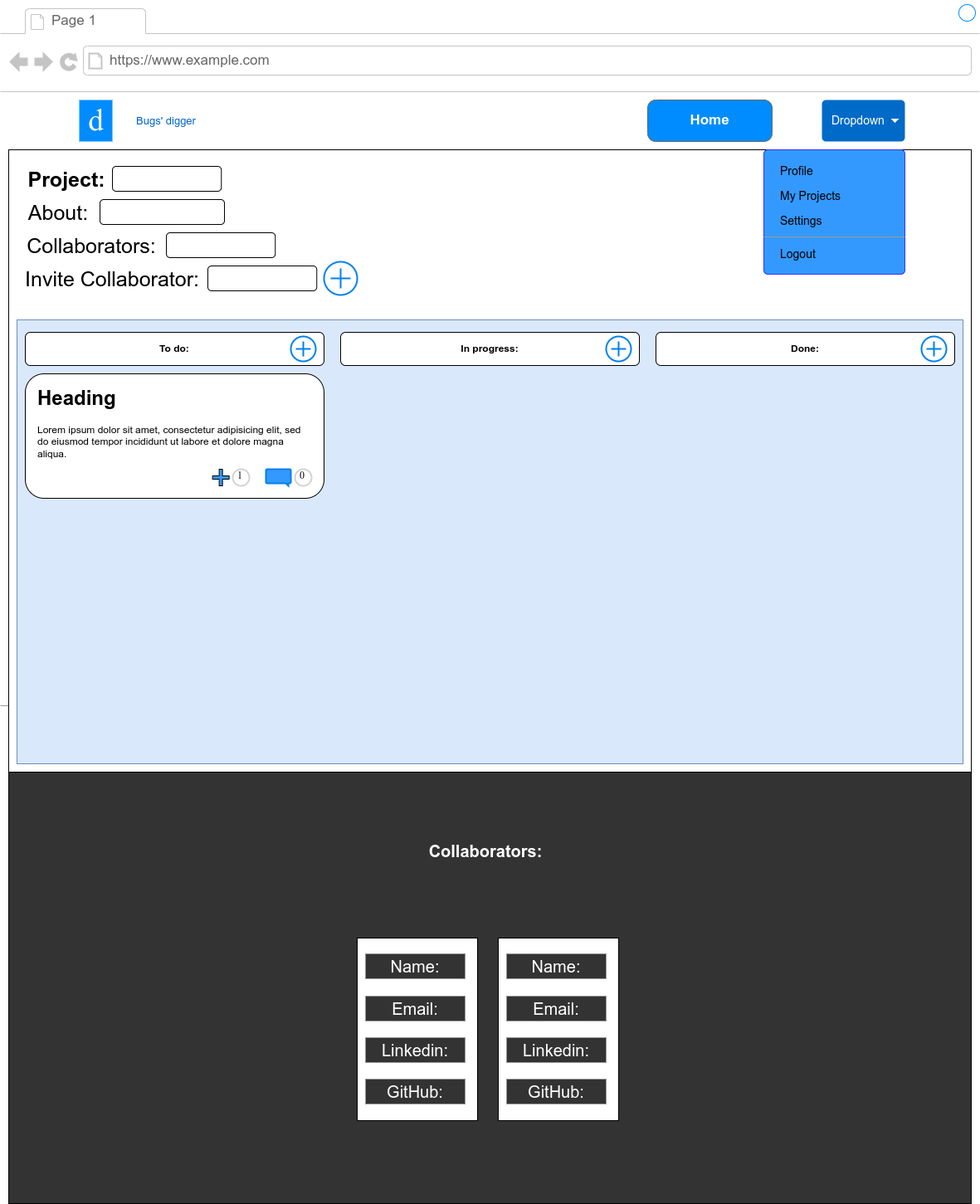
Above: documentation/wireframes/project_page.png in IuliiaKonovalova/issue_tracker (draw.io), before the change. Source tidied: cells renumbered, new cells last; positions are measured from the earlier drawing's top-left corner, leaving out a move shared by most shapes.
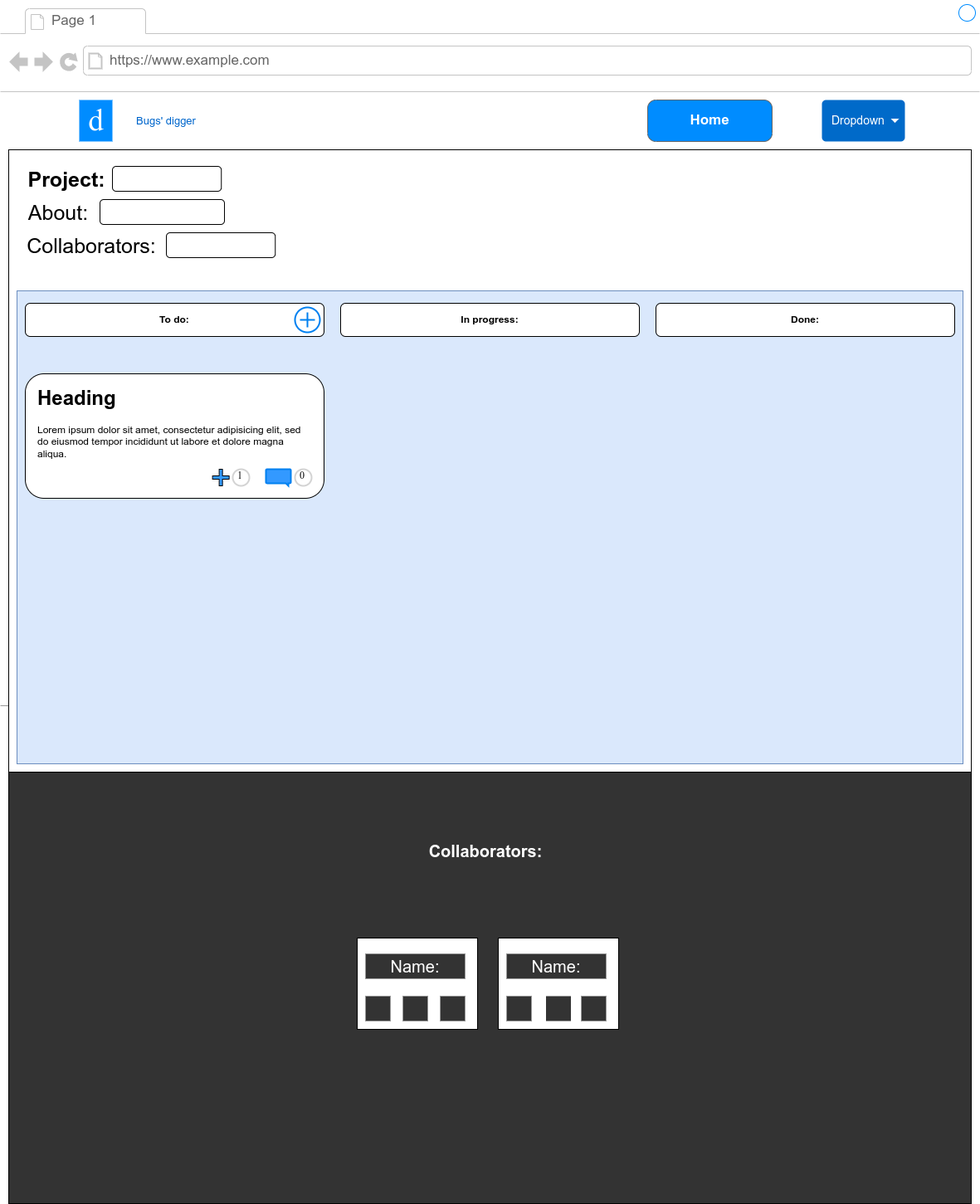
Later version of the same file.

The edit, as a diff of the source:
```diff
@@ -21,7 +21,7 @@
       <mxGeometry y="840" width="1150" height="20" as="geometry" />
     </mxCell>
     <mxCell id="8" style="shape=rect;fillColor=#ffffff;strokeColor=#000000;shadow=0;fontSize=13;fontColor=#0066CC;" parent="2" vertex="1">
-      <mxGeometry x="430" y="1130" width="145" height="220" as="geometry" />
+      <mxGeometry x="430" y="1130" width="145" height="110" as="geometry" />
     </mxCell>
     <mxCell id="9" value="d" style="text;html=1;align=center;verticalAlign=middle;fontSize=37;fontFamily=Tahoma;fillColor=#008CFF;fontColor=#FFFFFF;" parent="2" vertex="1">
       <mxGeometry x="95" y="120" width="40" height="50" as="geometry" />
@@ -41,30 +41,12 @@
     <mxCell id="14" value="Name:" style="text;html=1;strokeColor=none;fillColor=#333333;align=center;verticalAlign=middle;whiteSpace=wrap;rounded=0;fontSize=20;fontColor=#FFFFFF;" parent="2" vertex="1">
       <mxGeometry x="440" y="1149" width="120" height="30" as="geometry" />
     </mxCell>
-    <mxCell id="15" value="Email:" style="text;html=1;strokeColor=none;fillColor=#333333;align=center;verticalAlign=middle;whiteSpace=wrap;rounded=0;fontSize=20;fontColor=#FFFFFF;" parent="2" vertex="1">
-      <mxGeometry x="440" y="1200" width="120" height="30" as="geometry" />
-    </mxCell>
-    <mxCell id="16" value="Linkedin:" style="text;html=1;strokeColor=none;fillColor=#333333;align=center;verticalAlign=middle;whiteSpace=wrap;rounded=0;fontSize=20;fontColor=#FFFFFF;" parent="2" vertex="1">
-      <mxGeometry x="440" y="1250" width="120" height="30" as="geometry" />
-    </mxCell>
-    <mxCell id="17" value="GitHub:" style="text;html=1;strokeColor=none;fillColor=#333333;align=center;verticalAlign=middle;whiteSpace=wrap;rounded=0;fontSize=20;fontColor=#FFFFFF;" parent="2" vertex="1">
-      <mxGeometry x="440" y="1300" width="120" height="30" as="geometry" />
-    </mxCell>
     <mxCell id="18" style="shape=rect;fillColor=#ffffff;strokeColor=#000000;shadow=0;fontSize=13;fontColor=#0066CC;" parent="2" vertex="1">
-      <mxGeometry x="600" y="1130" width="145" height="220" as="geometry" />
+      <mxGeometry x="600" y="1130" width="145" height="110" as="geometry" />
     </mxCell>
     <mxCell id="19" value="Name:" style="text;html=1;strokeColor=none;fillColor=#333333;align=center;verticalAlign=middle;whiteSpace=wrap;rounded=0;fontSize=20;fontColor=#FFFFFF;" parent="2" vertex="1">
       <mxGeometry x="610" y="1149" width="120" height="30" as="geometry" />
     </mxCell>
-    <mxCell id="20" value="Email:" style="text;html=1;strokeColor=none;fillColor=#333333;align=center;verticalAlign=middle;whiteSpace=wrap;rounded=0;fontSize=20;fontColor=#FFFFFF;" parent="2" vertex="1">
-      <mxGeometry x="610" y="1200" width="120" height="30" as="geometry" />
-    </mxCell>
-    <mxCell id="21" value="Linkedin:" style="text;html=1;strokeColor=none;fillColor=#333333;align=center;verticalAlign=middle;whiteSpace=wrap;rounded=0;fontSize=20;fontColor=#FFFFFF;" parent="2" vertex="1">
-      <mxGeometry x="610" y="1250" width="120" height="30" as="geometry" />
-    </mxCell>
-    <mxCell id="22" value="GitHub:" style="text;html=1;strokeColor=none;fillColor=#333333;align=center;verticalAlign=middle;whiteSpace=wrap;rounded=0;fontSize=20;fontColor=#FFFFFF;" parent="2" vertex="1">
-      <mxGeometry x="610" y="1300" width="120" height="30" as="geometry" />
-    </mxCell>
     <mxCell id="23" value="Dropdown" style="html=1;shadow=0;dashed=0;shape=mxgraph.bootstrap.rrect;rSize=5;strokeColor=none;strokeWidth=1;fillColor=#006AC9;fontColor=#ffffff;whiteSpace=wrap;align=left;verticalAlign=middle;fontStyle=0;fontSize=14;spacingLeft=10;" parent="2" vertex="1">
       <mxGeometry x="990" y="120" width="100" height="50" as="geometry" />
     </mxCell>
@@ -73,37 +55,8 @@
         <mxPoint x="-17" y="-2.5" as="offset" />
       </mxGeometry>
     </mxCell>
-    <mxCell id="25" style="html=1;shadow=0;dashed=0;shape=mxgraph.bootstrap.rrect;rSize=5;fillColor=#3399FF;strokeColor=#3333FF;" parent="2" vertex="1">
-      <mxGeometry x="920" y="180" width="170" height="150" as="geometry" />
-    </mxCell>
-    <mxCell id="26" value="Profile" style="fillColor=none;strokeColor=none;align=left;spacing=20;fontSize=14;" parent="25" vertex="1">
-      <mxGeometry width="170" height="30" relative="1" as="geometry">
-        <mxPoint y="10" as="offset" />
-      </mxGeometry>
-    </mxCell>
-    <mxCell id="27" value="My Projects" style="fillColor=none;strokeColor=none;align=left;spacing=20;fontSize=14;" parent="25" vertex="1">
-      <mxGeometry width="170" height="30" relative="1" as="geometry">
-        <mxPoint y="40" as="offset" />
-      </mxGeometry>
-    </mxCell>
-    <mxCell id="28" style="shape=line;strokeColor=#999999;perimeter=none;" parent="25" vertex="1">
-      <mxGeometry width="170" height="10" relative="1" as="geometry">
-        <mxPoint y="100" as="offset" />
-      </mxGeometry>
-    </mxCell>
-    <mxCell id="29" value="Logout" style="fillColor=none;strokeColor=none;align=left;spacing=20;fontSize=14;" parent="25" vertex="1">
-      <mxGeometry width="170" height="30" relative="1" as="geometry">
-        <mxPoint y="110" as="offset" />
-      </mxGeometry>
-    </mxCell>
-    <mxCell id="30" value="Settings" style="fillColor=none;strokeColor=none;align=left;spacing=20;fontSize=14;" parent="25" vertex="1">
-      <mxGeometry y="70" width="170" height="30" as="geometry" />
-    </mxCell>
-    <mxCell id="31" style="html=1;verticalLabelPosition=bottom;align=center;labelBackgroundColor=#ffffff;verticalAlign=top;strokeWidth=2;strokeColor=#0080F0;shadow=0;dashed=0;shape=mxgraph.ios7.icons.add;" parent="2" vertex="1">
-      <mxGeometry x="390" y="315" width="40" height="40" as="geometry" />
-    </mxCell>
     <mxCell id="32" style="rounded=0;whiteSpace=wrap;html=1;fillColor=#dae8fc;strokeColor=#6c8ebf;" parent="2" vertex="1">
-      <mxGeometry x="20" y="385" width="1140" height="535" as="geometry" />
+      <mxGeometry x="20" y="350" width="1140" height="570" as="geometry" />
     </mxCell>
     <mxCell id="33" style="rounded=1;whiteSpace=wrap;html=1;" parent="2" vertex="1">
       <mxGeometry x="135" y="200" width="131.2" height="30" as="geometry" />
@@ -120,30 +73,18 @@
     <mxCell id="37" style="rounded=1;whiteSpace=wrap;html=1;" parent="2" vertex="1">
       <mxGeometry x="200" y="280" width="131.2" height="30" as="geometry" />
     </mxCell>
-    <mxCell id="38" value="&lt;span style=&quot;font-size: 25px&quot;&gt;Invite Collaborator:&lt;/span&gt;" style="text;html=1;strokeColor=none;fillColor=none;align=center;verticalAlign=middle;whiteSpace=wrap;rounded=0;" parent="2" vertex="1">
-      <mxGeometry x="20" y="320" width="230" height="30" as="geometry" />
-    </mxCell>
-    <mxCell id="39" style="rounded=1;whiteSpace=wrap;html=1;" parent="2" vertex="1">
-      <mxGeometry x="250" y="320" width="131.2" height="30" as="geometry" />
-    </mxCell>
     <mxCell id="40" value="&lt;b&gt;To do:&lt;/b&gt;" style="rounded=1;whiteSpace=wrap;html=1;" parent="2" vertex="1">
-      <mxGeometry x="30" y="400" width="360" height="40" as="geometry" />
+      <mxGeometry x="30" y="365" width="360" height="40" as="geometry" />
     </mxCell>
     <mxCell id="41" style="html=1;verticalLabelPosition=bottom;align=center;labelBackgroundColor=#ffffff;verticalAlign=top;strokeWidth=2;strokeColor=#0080F0;shadow=0;dashed=0;shape=mxgraph.ios7.icons.add;" parent="2" vertex="1">
-      <mxGeometry x="350" y="405" width="30" height="30" as="geometry" />
+      <mxGeometry x="355" y="370" width="30" height="30" as="geometry" />
     </mxCell>
     <mxCell id="42" value="&lt;b&gt;In progress:&lt;/b&gt;" style="rounded=1;whiteSpace=wrap;html=1;" parent="2" vertex="1">
-      <mxGeometry x="410" y="400" width="360" height="40" as="geometry" />
+      <mxGeometry x="410" y="365" width="360" height="40" as="geometry" />
     </mxCell>
-    <mxCell id="43" style="html=1;verticalLabelPosition=bottom;align=center;labelBackgroundColor=#ffffff;verticalAlign=top;strokeWidth=2;strokeColor=#0080F0;shadow=0;dashed=0;shape=mxgraph.ios7.icons.add;" parent="2" vertex="1">
-      <mxGeometry x="730" y="405" width="30" height="30" as="geometry" />
-    </mxCell>
     <mxCell id="44" value="&lt;b&gt;Done:&lt;/b&gt;" style="rounded=1;whiteSpace=wrap;html=1;" parent="2" vertex="1">
-      <mxGeometry x="790" y="400" width="360" height="40" as="geometry" />
+      <mxGeometry x="790" y="365" width="360" height="40" as="geometry" />
     </mxCell>
-    <mxCell id="45" style="html=1;verticalLabelPosition=bottom;align=center;labelBackgroundColor=#ffffff;verticalAlign=top;strokeWidth=2;strokeColor=#0080F0;shadow=0;dashed=0;shape=mxgraph.ios7.icons.add;" parent="2" vertex="1">
-      <mxGeometry x="1110" y="405" width="30" height="30" as="geometry" />
-    </mxCell>
     <mxCell id="46" style="rounded=1;whiteSpace=wrap;html=1;" parent="2" vertex="1">
       <mxGeometry x="30" y="450" width="360" height="150" as="geometry" />
     </mxCell>
@@ -162,5 +103,23 @@
     <mxCell id="51" value="0" style="ellipse;whiteSpace=wrap;html=1;strokeWidth=2;fontFamily=Tahoma;spacingBottom=4;spacingRight=2;strokeColor=#d3d3d3;" parent="2" vertex="1">
       <mxGeometry x="355" y="565" width="20" height="20" as="geometry" />
     </mxCell>
+    <mxCell id="52" style="text;html=1;strokeColor=none;fillColor=#333333;align=center;verticalAlign=middle;whiteSpace=wrap;rounded=0;fontSize=20;fontColor=#FFFFFF;" parent="2" vertex="1">
+      <mxGeometry x="530" y="1200" width="30" height="30" as="geometry" />
+    </mxCell>
+    <mxCell id="53" style="text;html=1;strokeColor=none;fillColor=#333333;align=center;verticalAlign=middle;whiteSpace=wrap;rounded=0;fontSize=20;fontColor=#FFFFFF;" parent="2" vertex="1">
+      <mxGeometry x="485" y="1200" width="30" height="30" as="geometry" />
+    </mxCell>
+    <mxCell id="54" style="text;html=1;strokeColor=none;fillColor=#333333;align=center;verticalAlign=middle;whiteSpace=wrap;rounded=0;fontSize=20;fontColor=#FFFFFF;" parent="2" vertex="1">
+      <mxGeometry x="610" y="1200" width="30" height="30" as="geometry" />
+    </mxCell>
+    <mxCell id="55" style="text;html=1;strokeColor=none;fillColor=#333333;align=center;verticalAlign=middle;whiteSpace=wrap;rounded=0;fontSize=20;fontColor=#FFFFFF;" parent="2" vertex="1">
+      <mxGeometry x="700" y="1200" width="30" height="30" as="geometry" />
+    </mxCell>
+    <mxCell id="56" style="text;html=1;strokeColor=none;fillColor=#333333;align=center;verticalAlign=middle;whiteSpace=wrap;rounded=0;fontSize=20;fontColor=#FFFFFF;" parent="2" vertex="1">
+      <mxGeometry x="657.5" y="1200" width="30" height="30" as="geometry" />
+    </mxCell>
+    <mxCell id="57" style="text;html=1;strokeColor=none;fillColor=#333333;align=center;verticalAlign=middle;whiteSpace=wrap;rounded=0;fontSize=20;fontColor=#FFFFFF;" parent="1" vertex="1">
+      <mxGeometry x="440" y="1200" width="30" height="30" as="geometry" />
+    </mxCell>
   </root>
 </mxGraphModel>
```
